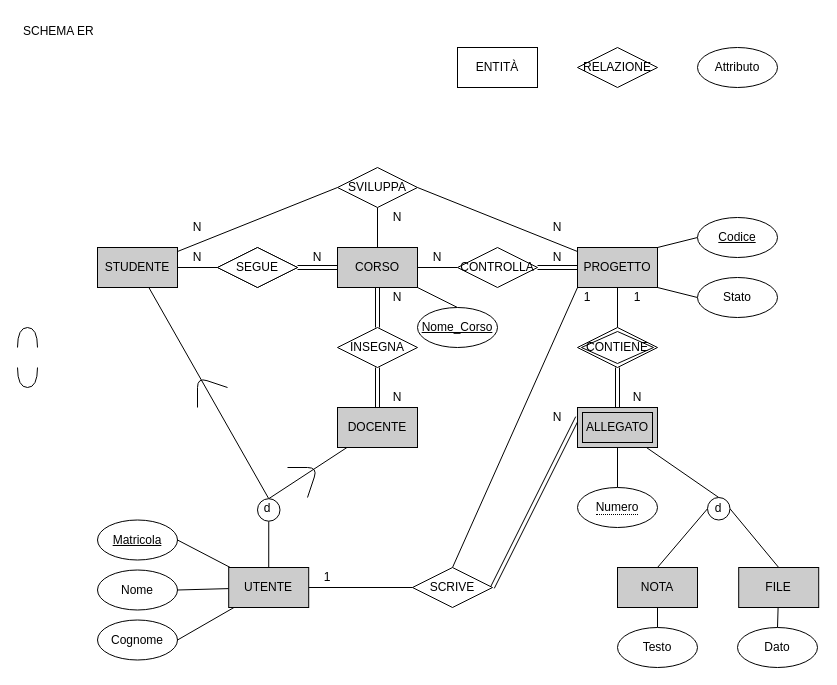
The draw.io diagram page "SCHEMA EER_OLD" (4 of 5) of prisa_eer.drawio in Cippo95/prisa, before the edit. Source tidied: cells renumbered, new cells numbered last; positions are measured from the earlier drawing's top-left corner, leaving out a move shared by most shapes. Both pictures are drawn from the tidied source at 100%, with x=0, y=0 at pixel (17, 17).
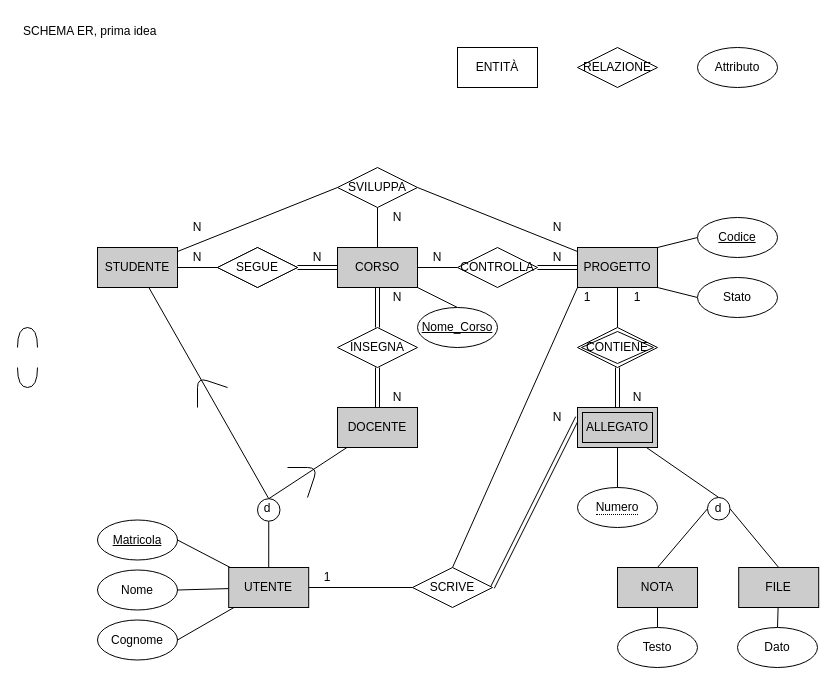
After the change.

Diff of the diagram source:
```diff
@@
-    <mxCell id="45" value="SCHEMA ER&#10;" style="text;strokeColor=none;fillColor=none;spacingLeft=4;spacingRight=4;overflow=hidden;fontSize=12;" parent="1" vertex="1">
-      <mxGeometry width="90" height="30" as="geometry" />
+    <mxCell id="45" value="SCHEMA ER, prima idea" style="text;strokeColor=none;fillColor=none;spacingLeft=4;spacingRight=4;overflow=hidden;fontSize=12;" parent="1" vertex="1">
+      <mxGeometry width="150" height="30" as="geometry" />
     </mxCell>
```
